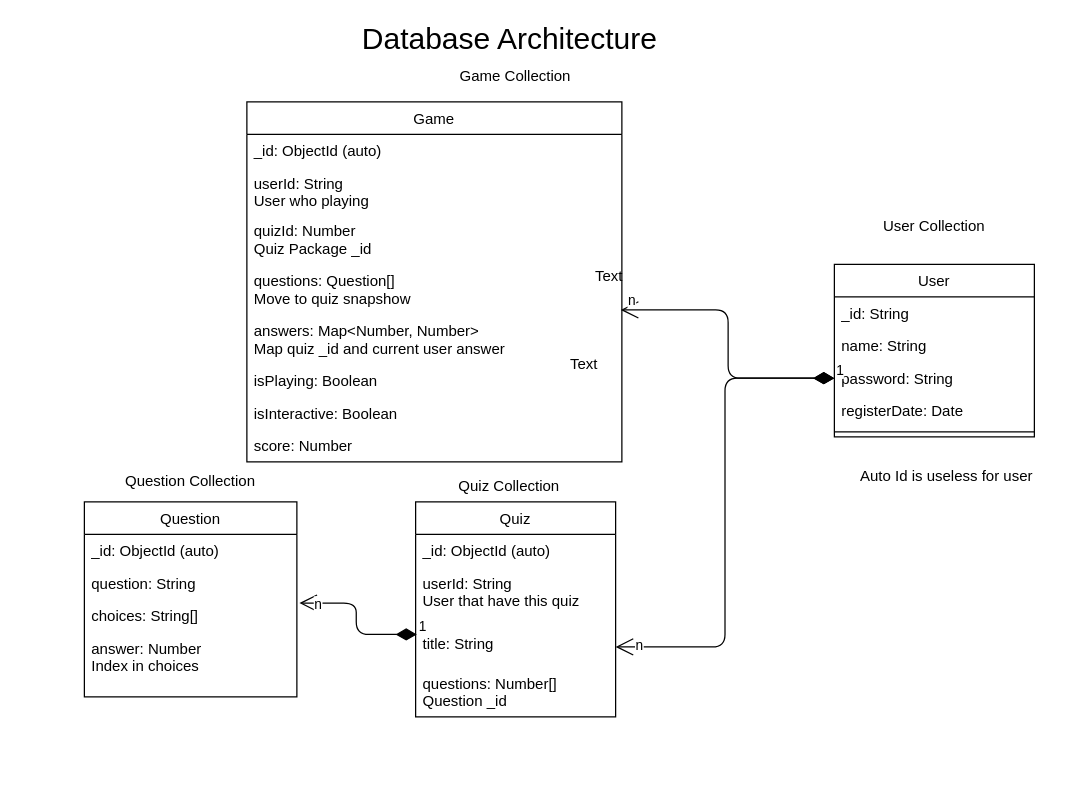
levirs565/quizx keeps this draw.io diagram as page "Database Architecture" (1 of 4) of Design.drawio. Above is the earlier version. Source tidied: cells renumbered, new cells numbered last; positions are measured from the earlier drawing's top-left corner, leaving out a move shared by most shapes. Both pictures are drawn from the tidied source at 125%, with x=0, y=0 at pixel (84, 26).
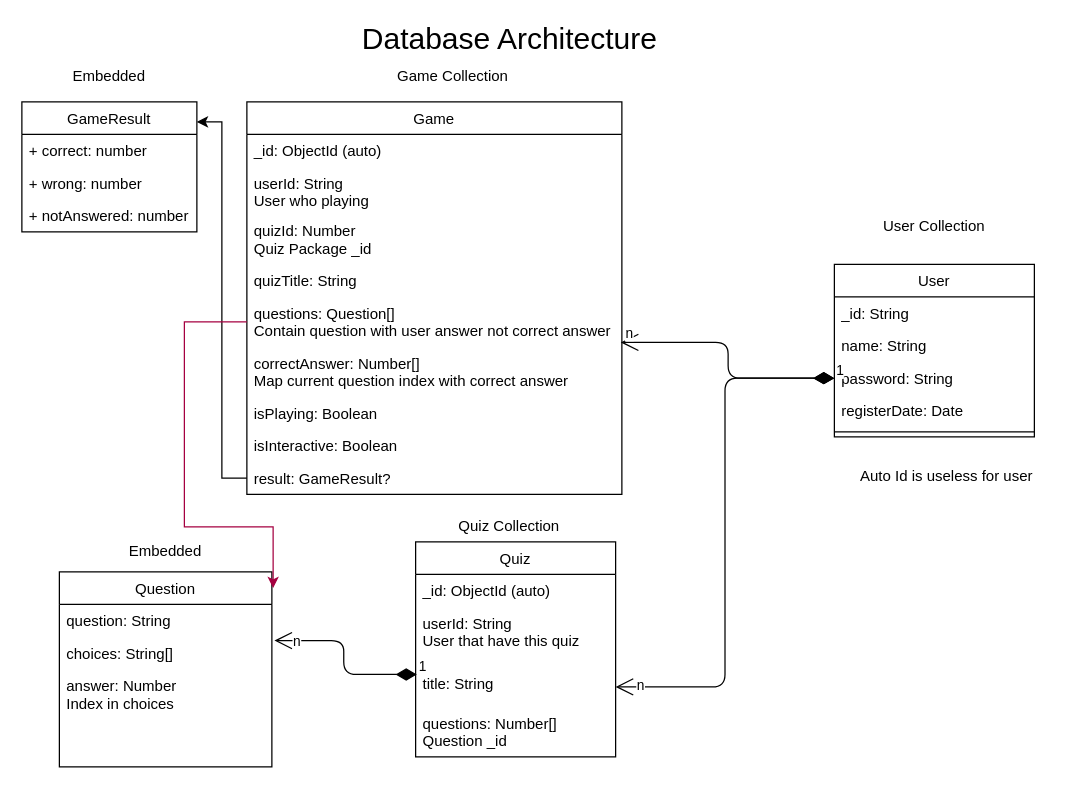
Above is the later version.

Diff of the diagram source:
```diff
@@
     <mxCell id="2" value="Question" style="swimlane;fontStyle=0;align=center;verticalAlign=top;horizontal=1;startSize=26;rounded=0;shadow=0;strokeWidth=1;" parent="1" vertex="1">
-      <mxGeometry y="380" width="170" height="156" as="geometry" />
+      <mxGeometry x="-20" y="436" width="170" height="156" as="geometry" />
     </mxCell>
-    <mxCell id="3" value="_id: ObjectId (auto)" style="text;strokeColor=none;fillColor=none;align=left;verticalAlign=top;spacingLeft=4;spacingRight=4;overflow=hidden;" parent="2" vertex="1">
-      <mxGeometry y="26" width="170" height="26" as="geometry" />
-    </mxCell>
     <mxCell id="4" value="question: String" style="text;align=left;verticalAlign=top;spacingLeft=4;spacingRight=4;overflow=hidden;" parent="2" vertex="1">
-      <mxGeometry y="52" width="170" height="26" as="geometry" />
+      <mxGeometry y="26" width="170" height="26" as="geometry" />
     </mxCell>
     <mxCell id="5" value="choices: String[]" style="text;align=left;verticalAlign=top;spacingLeft=4;spacingRight=4;overflow=hidden;points=[[0,0.5],[1,0.5]];portConstraint=eastwest;rounded=0;shadow=0;html=0;" parent="2" vertex="1">
-      <mxGeometry y="78" width="170" height="26" as="geometry" />
+      <mxGeometry y="52" width="170" height="26" as="geometry" />
     </mxCell>
     <mxCell id="6" value="answer: Number&#10;Index in choices" style="text;align=left;verticalAlign=top;spacingLeft=4;spacingRight=4;overflow=hidden;rounded=0;shadow=0;html=0;" parent="2" vertex="1">
-      <mxGeometry y="104" width="170" height="36" as="geometry" />
+      <mxGeometry y="78" width="170" height="36" as="geometry" />
     </mxCell>
     <mxCell id="7" value="Quiz" style="swimlane;fontStyle=0;align=center;verticalAlign=top;horizontal=1;startSize=26;rounded=0;shadow=0;strokeWidth=1;" parent="1" vertex="1">
-      <mxGeometry x="265" y="380" width="160" height="172" as="geometry" />
+      <mxGeometry x="265" y="412" width="160" height="172" as="geometry" />
     </mxCell>
@@
     <mxCell id="12" value="Game" style="swimlane;fontStyle=0;align=center;verticalAlign=top;horizontal=1;startSize=26;" parent="1" vertex="1">
-      <mxGeometry x="130" y="60" width="300" height="288" as="geometry" />
+      <mxGeometry x="130" y="60" width="300" height="314" as="geometry" />
     </mxCell>
@@
+    <mxCell id="41" value="quizTitle: String" style="text;strokeColor=none;fillColor=none;align=left;verticalAlign=top;spacingLeft=4;spacingRight=4;overflow=hidden;" parent="12" vertex="1">
+      <mxGeometry y="130" width="300" height="26" as="geometry" />
+    </mxCell>
-    <mxCell id="16" value="questions: Question[]&#10;Move to quiz snapshow" style="text;strokeColor=none;fillColor=none;align=left;verticalAlign=top;spacingLeft=4;spacingRight=4;overflow=hidden;points=[[0,0.5],[1,0.5]];portConstraint=eastwest;" parent="12" vertex="1">
-      <mxGeometry y="130" width="300" height="40" as="geometry" />
+    <mxCell id="16" value="questions: Question[]&#10;Contain question with user answer not correct answer" style="text;strokeColor=none;fillColor=none;align=left;verticalAlign=top;spacingLeft=4;spacingRight=4;overflow=hidden;points=[[0,0.5],[1,0.5]];portConstraint=eastwest;" parent="12" vertex="1">
+      <mxGeometry y="156" width="300" height="40" as="geometry" />
     </mxCell>
-    <mxCell id="17" value="answers: Map&lt;Number, Number&gt;&#10;Map quiz _id and current user answer" style="text;strokeColor=none;fillColor=none;align=left;verticalAlign=top;spacingLeft=4;spacingRight=4;overflow=hidden;points=[[0,0.5],[1,0.5]];portConstraint=eastwest;" parent="12" vertex="1">
-      <mxGeometry y="170" width="300" height="40" as="geometry" />
+    <mxCell id="17" value="correctAnswer: Number[]&#10;Map current question index with correct answer" style="text;strokeColor=none;fillColor=none;align=left;verticalAlign=top;spacingLeft=4;spacingRight=4;overflow=hidden;points=[[0,0.5],[1,0.5]];portConstraint=eastwest;" parent="12" vertex="1">
+      <mxGeometry y="196" width="300" height="40" as="geometry" />
     </mxCell>
     <mxCell id="18" value="isPlaying: Boolean" style="text;strokeColor=none;fillColor=none;align=left;verticalAlign=top;spacingLeft=4;spacingRight=4;overflow=hidden;" parent="12" vertex="1">
-      <mxGeometry y="210" width="300" height="26" as="geometry" />
+      <mxGeometry y="236" width="300" height="26" as="geometry" />
     </mxCell>
     <mxCell id="19" value="isInteractive: Boolean" style="text;strokeColor=none;fillColor=none;align=left;verticalAlign=top;spacingLeft=4;spacingRight=4;overflow=hidden;" parent="12" vertex="1">
-      <mxGeometry y="236" width="300" height="26" as="geometry" />
+      <mxGeometry y="262" width="300" height="26" as="geometry" />
     </mxCell>
-    <mxCell id="20" value="score: Number" style="text;strokeColor=none;fillColor=none;align=left;verticalAlign=top;spacingLeft=4;spacingRight=4;overflow=hidden;points=[[0,0.5],[1,0.5]];portConstraint=eastwest;" parent="12" vertex="1">
-      <mxGeometry y="262" width="300" height="26" as="geometry" />
+    <mxCell id="20" value="result: GameResult?" style="text;strokeColor=none;fillColor=none;align=left;verticalAlign=top;spacingLeft=4;spacingRight=4;overflow=hidden;points=[[0,0.5],[1,0.5]];portConstraint=eastwest;" parent="12" vertex="1">
+      <mxGeometry y="288" width="300" height="26" as="geometry" />
     </mxCell>
-    <mxCell id="21" value="Question Collection" style="text;html=1;strokeColor=none;fillColor=none;align=center;verticalAlign=middle;whiteSpace=wrap;rounded=0;" parent="1" vertex="1">
-      <mxGeometry x="20" y="354" width="130" height="20" as="geometry" />
+    <mxCell id="21" value="Embedded" style="text;html=1;strokeColor=none;fillColor=none;align=center;verticalAlign=middle;whiteSpace=wrap;rounded=0;" parent="1" vertex="1">
+      <mxGeometry y="410" width="130" height="20" as="geometry" />
     </mxCell>
     <mxCell id="22" value="Quiz Collection" style="text;html=1;strokeColor=none;fillColor=none;align=center;verticalAlign=middle;whiteSpace=wrap;rounded=0;" parent="1" vertex="1">
-      <mxGeometry x="265" y="358" width="150" height="20" as="geometry" />
+      <mxGeometry x="265" y="390" width="150" height="20" as="geometry" />
     </mxCell>
     <mxCell id="23" value="Game Collection" style="text;html=1;strokeColor=none;fillColor=none;align=center;verticalAlign=middle;whiteSpace=wrap;rounded=0;" parent="1" vertex="1">
-      <mxGeometry x="290" y="30" width="110" height="20" as="geometry" />
+      <mxGeometry x="240" y="30" width="110" height="20" as="geometry" />
     </mxCell>
@@
-    <mxCell id="38" value="Text" style="text;html=1;strokeColor=none;fillColor=none;align=center;verticalAlign=middle;whiteSpace=wrap;rounded=0;" parent="1" vertex="1">
-      <mxGeometry x="380" y="260" width="40" height="20" as="geometry" />
-    </mxCell>
-    <mxCell id="39" value="Text" style="text;html=1;strokeColor=none;fillColor=none;align=center;verticalAlign=middle;whiteSpace=wrap;rounded=0;" parent="1" vertex="1">
-      <mxGeometry x="400" y="190" width="40" height="20" as="geometry" />
-    </mxCell>
@@
+    <mxCell id="42" value="GameResult" style="swimlane;fontStyle=0;horizontal=1;startSize=26;fillColor=none;" parent="1" vertex="1">
+      <mxGeometry x="-50" y="60" width="140" height="104" as="geometry" />
+    </mxCell>
+    <mxCell id="43" value="+ correct: number" style="text;strokeColor=none;fillColor=none;align=left;verticalAlign=top;spacingLeft=4;spacingRight=4;overflow=hidden;" parent="42" vertex="1">
+      <mxGeometry y="26" width="140" height="26" as="geometry" />
+    </mxCell>
+    <mxCell id="44" value="+ wrong: number" style="text;strokeColor=none;fillColor=none;align=left;verticalAlign=top;spacingLeft=4;spacingRight=4;overflow=hidden;" parent="42" vertex="1">
+      <mxGeometry y="52" width="140" height="26" as="geometry" />
+    </mxCell>
+    <mxCell id="45" value="+ notAnswered: number" style="text;strokeColor=none;fillColor=none;align=left;verticalAlign=top;spacingLeft=4;spacingRight=4;overflow=hidden;" parent="42" vertex="1">
+      <mxGeometry y="78" width="140" height="26" as="geometry" />
+    </mxCell>
+    <mxCell id="46" style="edgeStyle=orthogonalEdgeStyle;rounded=0;jettySize=auto;html=1;exitX=0;exitY=0.5;exitDx=0;exitDy=0;entryX=1;entryY=0.154;entryDx=0;entryDy=0;entryPerimeter=0;startArrow=none;startFill=0;" parent="1" edge="1" source="20" target="42">
+      <mxGeometry relative="1" as="geometry" />
+    </mxCell>
+    <mxCell id="47" value="Embedded" style="text;html=1;strokeColor=none;fillColor=none;align=center;verticalAlign=middle;whiteSpace=wrap;rounded=0;" parent="1" vertex="1">
+      <mxGeometry x="-20" y="30" width="80" height="20" as="geometry" />
+    </mxCell>
+    <mxCell id="48" style="edgeStyle=orthogonalEdgeStyle;rounded=0;jettySize=auto;html=1;entryX=1.006;entryY=0.083;entryDx=0;entryDy=0;entryPerimeter=0;startArrow=none;startFill=0;fillColor=#d80073;strokeColor=#A50040;" parent="1" edge="1" source="16" target="2">
+      <mxGeometry relative="1" as="geometry">
+        <Array as="points">
+          <mxPoint x="80" y="236" />
+          <mxPoint x="80" y="400" />
+          <mxPoint x="151" y="400" />
+        </Array>
+      </mxGeometry>
+    </mxCell>
```
